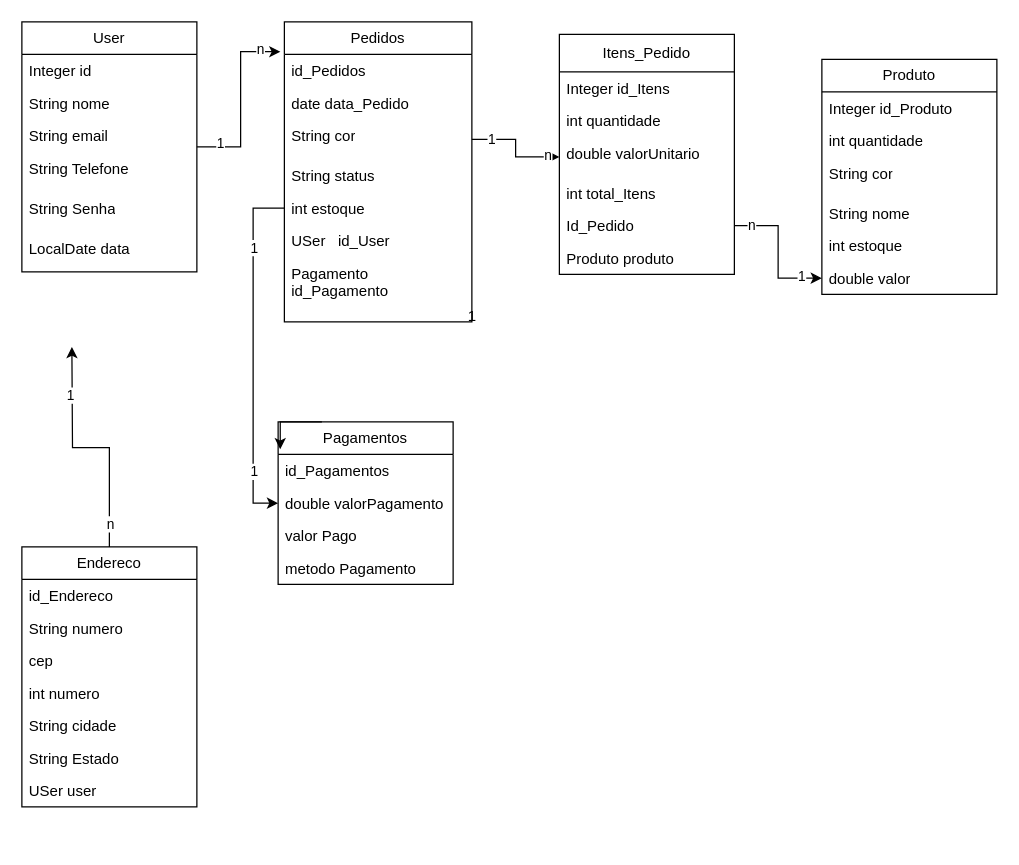
AdsonFreireVieira/Cadastro_Produto_Empresa_NPlastic keeps this draw.io diagram as Projeto Venda.drawio. Above is the earlier version. Source tidied: cells renumbered, new cells numbered last; positions are measured from the earlier drawing's top-left corner, leaving out a move shared by most shapes. Both pictures are drawn from the tidied source at 125%, with x=0, y=0 at pixel (21, 21).
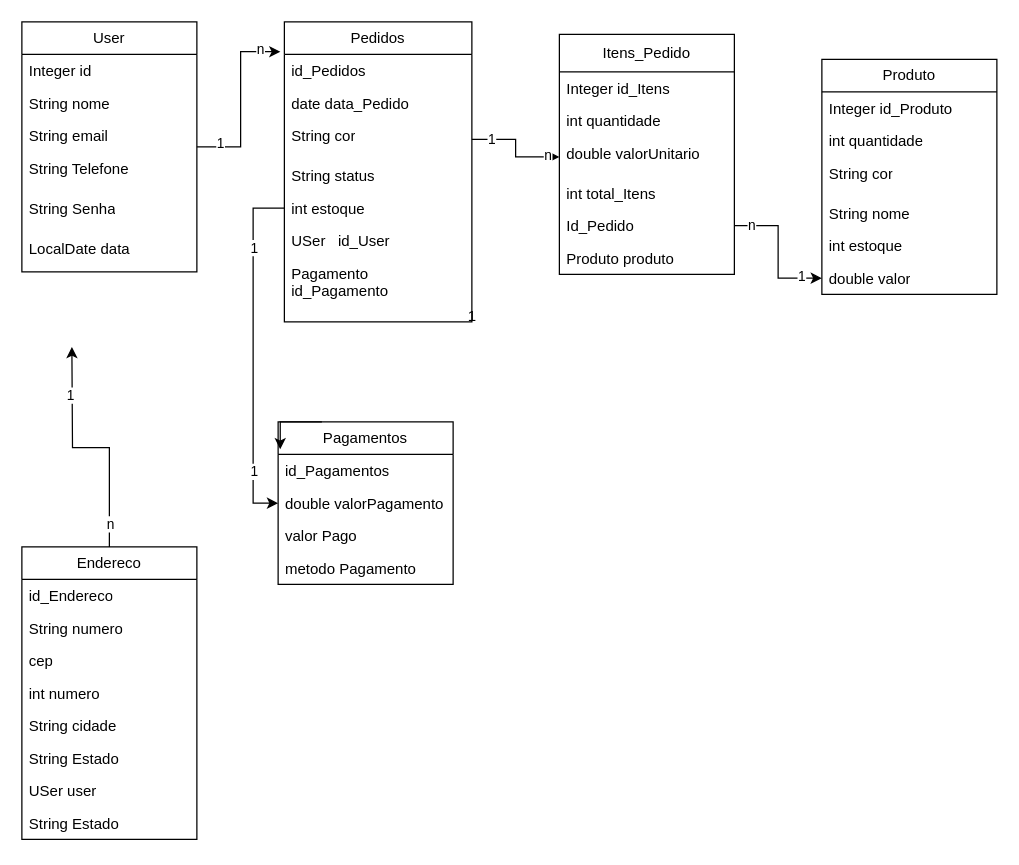
The same page after the edit.

The edit, as a diff of the source:
```diff
@@
     <mxCell id="53" value="Endereco" style="swimlane;fontStyle=0;horizontal=1;startSize=26;fillColor=none;whiteSpace=wrap;html=1;" parent="1" vertex="1">
-      <mxGeometry y="420" width="140" height="208" as="geometry" />
+      <mxGeometry y="420" width="140" height="234" as="geometry" />
     </mxCell>
@@
+    <mxCell id="61" value="String Estado" style="text;strokeColor=none;fillColor=none;align=left;verticalAlign=top;spacingLeft=4;spacingRight=4;overflow=hidden;whiteSpace=wrap;html=1;" parent="53" vertex="1">
+      <mxGeometry y="208" width="140" height="26" as="geometry" />
+    </mxCell>
```
